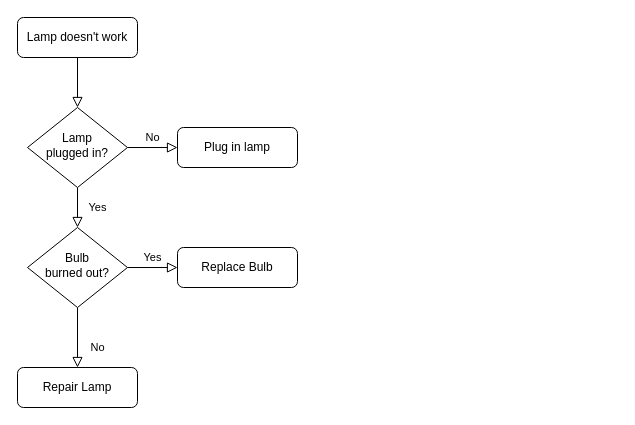
Above: Tank.drawio in fsteffens/draw (draw.io), before the change. Source tidied: cells renumbered, new cells numbered last; positions are measured from the earlier drawing's top-left corner, leaving out a move shared by most shapes. Both pictures are drawn from the tidied source at 100%, with x=0, y=0 at pixel (17, 17).
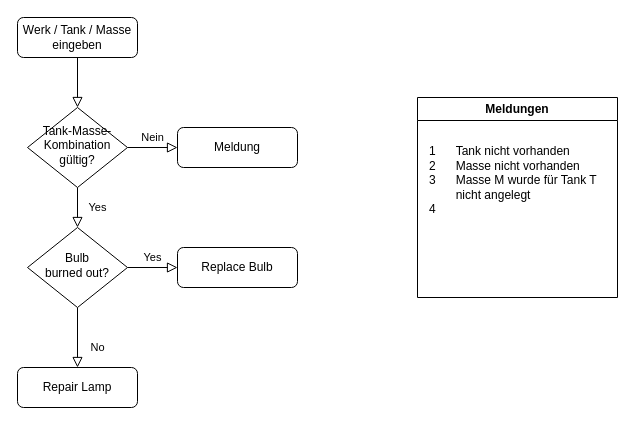
Above is the later version.

The edit, as a diff of the source:
```diff
@@
 <mxGraphModel>
   <root>
     <mxCell id="0" />
     <mxCell id="1" parent="0" />
     <mxCell id="2" style="rounded=0;html=1;jettySize=auto;fontSize=11;endArrow=block;endFill=0;endSize=8;strokeWidth=1;shadow=0;labelBackgroundColor=none;edgeStyle=orthogonalEdgeStyle;" parent="1" edge="1" source="3" target="6">
       <mxGeometry relative="1" as="geometry" />
     </mxCell>
-    <mxCell id="3" value="Lamp doesn't work" style="rounded=1;whiteSpace=wrap;html=1;fontSize=12;glass=0;strokeWidth=1;shadow=0;" parent="1" vertex="1">
+    <mxCell id="3" value="Werk / Tank / Masse&lt;br&gt;eingeben" style="rounded=1;whiteSpace=wrap;html=1;fontSize=12;glass=0;strokeWidth=1;shadow=0;" parent="1" vertex="1">
       <mxGeometry width="120" height="40" as="geometry" />
     </mxCell>
     <mxCell id="4" value="Yes" style="rounded=0;html=1;jettySize=auto;fontSize=11;endArrow=block;endFill=0;endSize=8;strokeWidth=1;shadow=0;labelBackgroundColor=none;edgeStyle=orthogonalEdgeStyle;" parent="1" edge="1" source="6" target="10">
       <mxGeometry y="20" relative="1" as="geometry" />
     </mxCell>
-    <mxCell id="5" value="No" style="edgeStyle=orthogonalEdgeStyle;rounded=0;html=1;jettySize=auto;fontSize=11;endArrow=block;endFill=0;endSize=8;strokeWidth=1;shadow=0;labelBackgroundColor=none;" parent="1" edge="1" source="6" target="7">
+    <mxCell id="5" value="Nein" style="edgeStyle=orthogonalEdgeStyle;rounded=0;html=1;jettySize=auto;fontSize=11;endArrow=block;endFill=0;endSize=8;strokeWidth=1;shadow=0;labelBackgroundColor=none;" parent="1" edge="1" source="6" target="7">
       <mxGeometry y="10" relative="1" as="geometry" />
     </mxCell>
-    <mxCell id="6" value="Lamp&lt;br&gt;plugged in?" style="rhombus;whiteSpace=wrap;html=1;shadow=0;fontFamily=Helvetica;fontSize=12;align=center;strokeWidth=1;spacing=6;spacingTop=-4;" parent="1" vertex="1">
+    <mxCell id="6" value="Tank-Masse-&lt;br&gt;Kombination gültig?" style="rhombus;whiteSpace=wrap;html=1;shadow=0;fontFamily=Helvetica;fontSize=12;align=center;strokeWidth=1;spacing=6;spacingTop=-4;" parent="1" vertex="1">
       <mxGeometry x="10" y="90" width="100" height="80" as="geometry" />
     </mxCell>
-    <mxCell id="7" value="Plug in lamp" style="rounded=1;whiteSpace=wrap;html=1;fontSize=12;glass=0;strokeWidth=1;shadow=0;" parent="1" vertex="1">
+    <mxCell id="7" value="Meldung" style="rounded=1;whiteSpace=wrap;html=1;fontSize=12;glass=0;strokeWidth=1;shadow=0;" parent="1" vertex="1">
       <mxGeometry x="160" y="110" width="120" height="40" as="geometry" />
     </mxCell>
     <mxCell id="8" value="No" style="rounded=0;html=1;jettySize=auto;fontSize=11;endArrow=block;endFill=0;endSize=8;strokeWidth=1;shadow=0;labelBackgroundColor=none;edgeStyle=orthogonalEdgeStyle;" parent="1" edge="1" source="10" target="11">
       <mxGeometry x="0.33" y="20" relative="1" as="geometry" />
     </mxCell>
     <mxCell id="9" value="Yes" style="edgeStyle=orthogonalEdgeStyle;rounded=0;html=1;jettySize=auto;fontSize=11;endArrow=block;endFill=0;endSize=8;strokeWidth=1;shadow=0;labelBackgroundColor=none;" parent="1" edge="1" source="10" target="12">
       <mxGeometry y="10" relative="1" as="geometry" />
     </mxCell>
     <mxCell id="10" value="Bulb&lt;br&gt;burned out?" style="rhombus;whiteSpace=wrap;html=1;shadow=0;fontFamily=Helvetica;fontSize=12;align=center;strokeWidth=1;spacing=6;spacingTop=-4;" parent="1" vertex="1">
       <mxGeometry x="10" y="210" width="100" height="80" as="geometry" />
     </mxCell>
     <mxCell id="11" value="Repair Lamp" style="rounded=1;whiteSpace=wrap;html=1;fontSize=12;glass=0;strokeWidth=1;shadow=0;" parent="1" vertex="1">
       <mxGeometry y="350" width="120" height="40" as="geometry" />
     </mxCell>
     <mxCell id="12" value="Replace Bulb" style="rounded=1;whiteSpace=wrap;html=1;fontSize=12;glass=0;strokeWidth=1;shadow=0;" parent="1" vertex="1">
       <mxGeometry x="160" y="230" width="120" height="40" as="geometry" />
     </mxCell>
+    <mxCell id="13" value="Meldungen" style="swimlane;whiteSpace=wrap;html=1;" parent="1" vertex="1">
+      <mxGeometry x="400" y="80" width="200" height="200" as="geometry" />
+    </mxCell>
+    <mxCell id="14" value="&lt;div style=&quot;&quot;&gt;&lt;span style=&quot;background-color: initial;&quot;&gt;1&lt;/span&gt;&lt;span style=&quot;background-color: initial; white-space-collapse: preserve;&quot;&gt;&#9;&lt;/span&gt;&lt;span style=&quot;background-color: initial;&quot;&gt;Tank nicht vorhanden&lt;/span&gt;&lt;/div&gt;&lt;div style=&quot;&quot;&gt;2&lt;span style=&quot;white-space: pre;&quot;&gt;&#9;&lt;/span&gt;Masse nicht vorhanden&lt;/div&gt;&lt;div style=&quot;&quot;&gt;3&lt;span style=&quot;white-space: pre;&quot;&gt;&#9;&lt;/span&gt;Masse M wurde für Tank T&amp;nbsp;&lt;/div&gt;&lt;div style=&quot;&quot;&gt;&lt;span style=&quot;white-space: pre;&quot;&gt;&#9;&lt;/span&gt;nicht angelegt&lt;br&gt;&lt;/div&gt;&lt;div style=&quot;&quot;&gt;4&lt;span style=&quot;white-space: pre;&quot;&gt;&#9;&lt;/span&gt;&lt;/div&gt;&lt;div style=&quot;&quot;&gt;&lt;br&gt;&lt;/div&gt;" style="text;html=1;align=left;verticalAlign=middle;strokeColor=none;fillColor=none;" parent="13" vertex="1">
+      <mxGeometry x="10" y="40" width="190" height="100" as="geometry" />
+    </mxCell>
   </root>
 </mxGraphModel>
```
